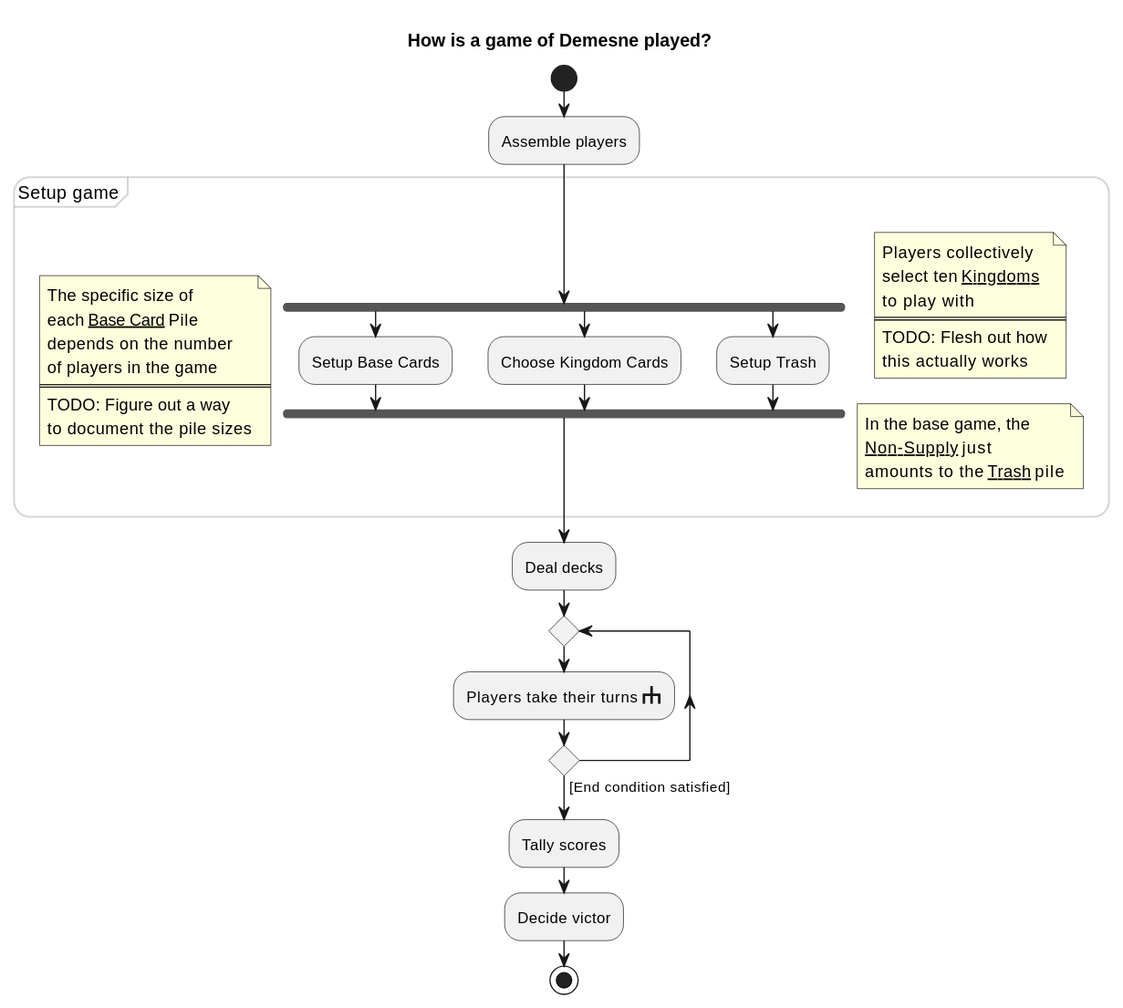
The PlantUML diagram diagrams/game-activity.svg in qwwqe/demesne, before a commit.
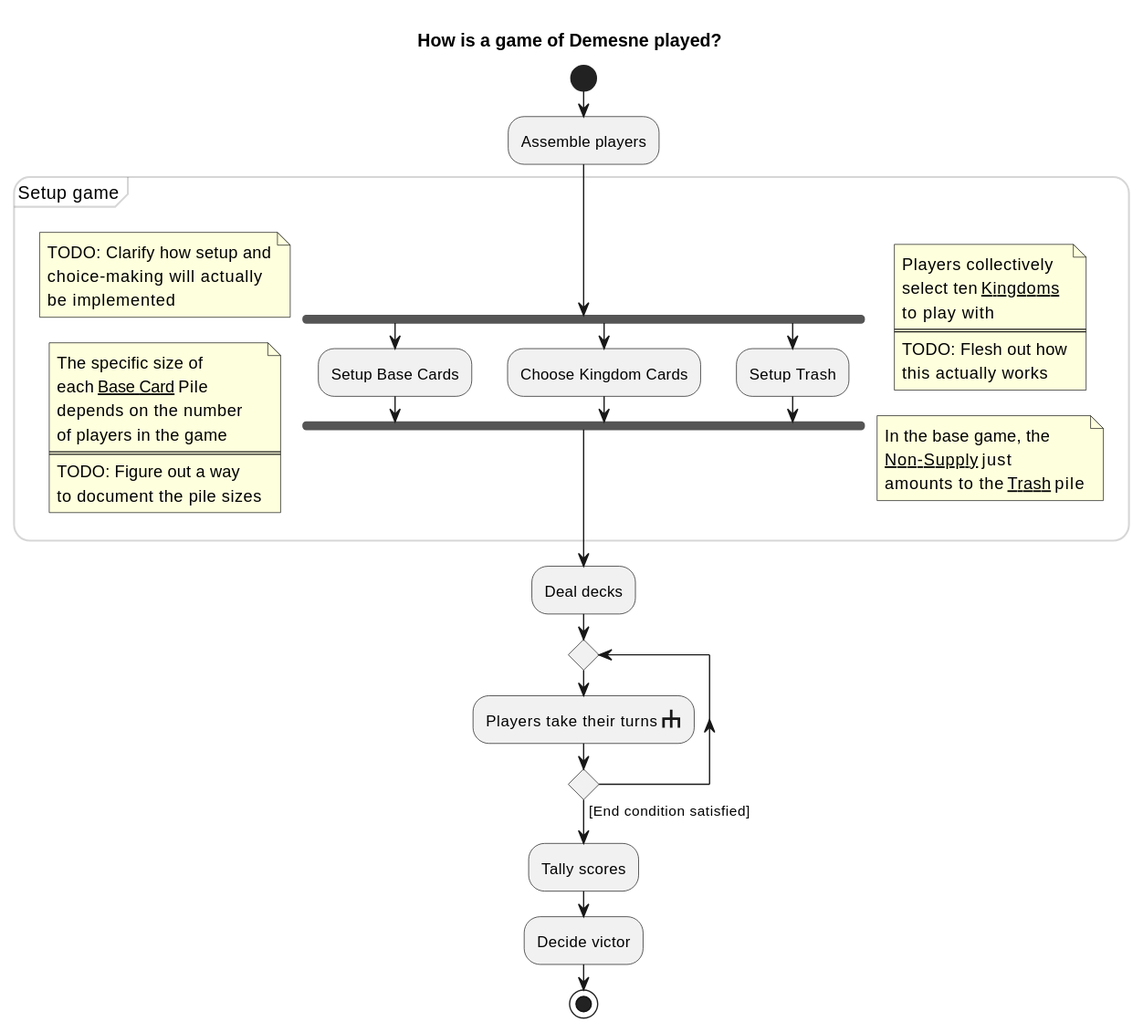
The same diagram one commit later.

Commit message:
Write todo for setup implementation

Change to the diagram source:
```diff
@@ -18,6 +18,7 @@
 :Assemble players;
 
 partition "Setup game" {
+
 fork
 
 :Setup Base Cards;
@@ -31,6 +32,12 @@
 :Setup Trash;
 
 end fork
+
+note left
+     TODO: Clarify how setup and
+     choice-making will actually
+     be implemented
+end note
 
 note left
      The specific size of
```
